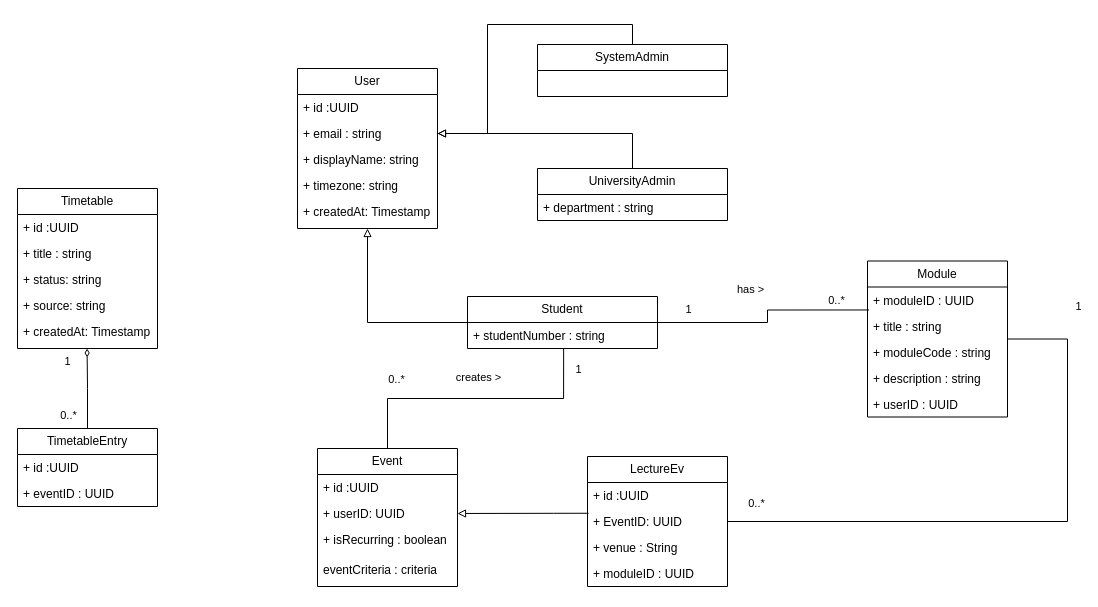
This is page "Core Domain Model" (1 of 4) of docs/diagrams/domain/Domain.drawio from COS301-SE-2026/UMTAS, a draw.io file, before an edit. Source tidied: cells renumbered, new cells numbered last; positions are measured from the earlier drawing's top-left corner, leaving out a move shared by most shapes. Both pictures are drawn from the tidied source at 100%, with x=0, y=0 at pixel (17, 44).
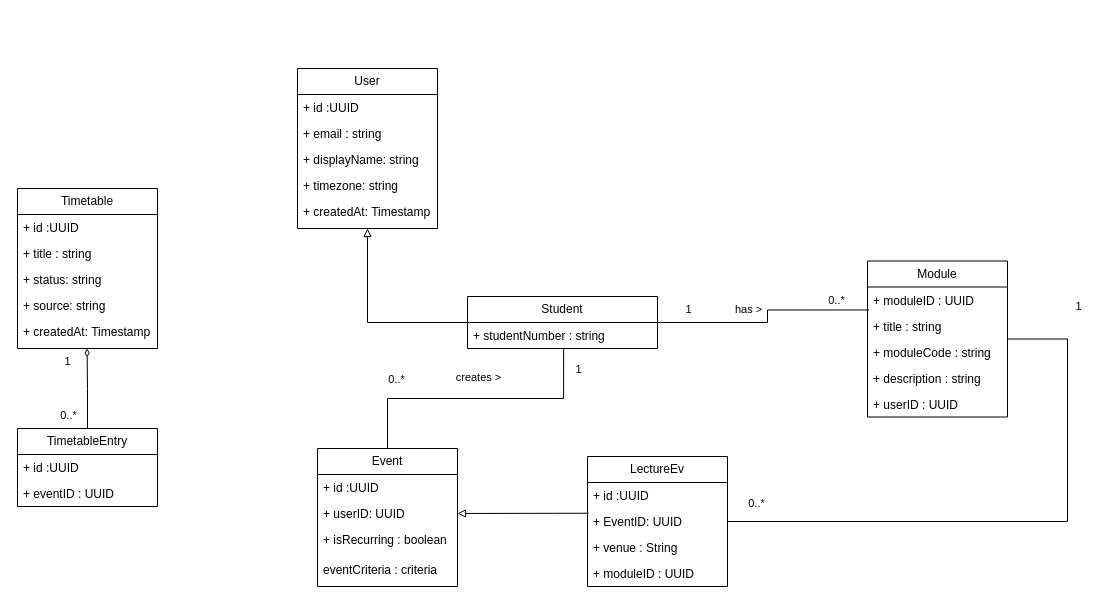
The same diagram, later.

Commit message (it also covers changes not shown here):
feat: domain model diagram

Unchanged cells that the change refers to:
```xml
<mxCell id="10" value="+ email : string" style="text;strokeColor=none;fillColor=none;align=left;verticalAlign=top;spacingLeft=4;spacingRight=4;overflow=hidden;points=[[0,0.5],[1,0.5]];portConstraint=eastwest;whiteSpace=wrap;html=1;" parent="8" vertex="1">
  <mxGeometry y="52" width="140" height="26" as="geometry" />
</mxCell>
<mxCell id="52" style="edgeStyle=orthogonalEdgeStyle;shape=connector;rounded=0;jettySize=auto;html=1;exitX=0.011;exitY=0.884;exitDx=0;exitDy=0;entryX=1;entryY=0.5;entryDx=0;entryDy=0;strokeColor=default;align=center;verticalAlign=middle;fontFamily=Helvetica;fontSize=11;fontColor=default;labelBackgroundColor=default;endArrow=none;endFill=0;exitPerimeter=0;" parent="1" edge="1" source="47" target="6">
  <mxGeometry relative="1" as="geometry">
    <Array as="points">
      <mxPoint x="750" y="266" />
      <mxPoint x="750" y="278" />
    </Array>
  </mxGeometry>
</mxCell>
```

What changed in the source:
```diff
@@
-    <mxCell id="15" value="UniversityAdmin" style="swimlane;fontStyle=0;horizontal=1;startSize=26;fillColor=none;whiteSpace=wrap;html=1;" parent="1" vertex="1">
-      <mxGeometry x="520" y="124" width="190" height="52" as="geometry" />
-    </mxCell>
-    <mxCell id="16" value="+ department : string" style="text;strokeColor=none;fillColor=none;align=left;verticalAlign=top;spacingLeft=4;spacingRight=4;overflow=hidden;whiteSpace=wrap;html=1;" parent="15" vertex="1">
-      <mxGeometry y="26" width="190" height="26" as="geometry" />
-    </mxCell>
-    <mxCell id="17" style="rounded=0;jettySize=auto;html=1;exitX=0.5;exitY=0;exitDx=0;exitDy=0;entryX=1;entryY=0.5;entryDx=0;entryDy=0;strokeColor=default;align=center;verticalAlign=middle;fontFamily=Helvetica;fontSize=11;fontColor=default;labelBackgroundColor=default;edgeStyle=orthogonalEdgeStyle;endArrow=block;endFill=0;" parent="1" edge="1" source="15" target="10">
-      <mxGeometry relative="1" as="geometry">
-        <Array as="points">
-          <mxPoint x="615" y="89" />
-        </Array>
-      </mxGeometry>
-    </mxCell>
-    <mxCell id="18" style="edgeStyle=orthogonalEdgeStyle;rounded=0;jettySize=auto;html=1;exitX=0.5;exitY=0;exitDx=0;exitDy=0;entryX=1;entryY=0.5;entryDx=0;entryDy=0;strokeColor=default;align=center;verticalAlign=middle;fontFamily=Helvetica;fontSize=11;fontColor=default;labelBackgroundColor=default;endArrow=block;endFill=0;" parent="1" edge="1" source="19" target="10">
-      <mxGeometry relative="1" as="geometry" />
-    </mxCell>
-    <mxCell id="19" value="SystemAdmin" style="swimlane;fontStyle=0;horizontal=1;startSize=26;fillColor=none;whiteSpace=wrap;html=1;" parent="1" vertex="1">
-      <mxGeometry x="520" width="190" height="52" as="geometry" />
-    </mxCell>
@@
     <mxCell id="55" value="has &amp;gt;" style="edgeLabel;html=1;align=center;verticalAlign=middle;fontFamily=Helvetica;fontSize=11;fontColor=default;labelBackgroundColor=default;rotation=0;" parent="52" vertex="1">
       <mxGeometry x="0.02" y="-2" relative="1" as="geometry">
-        <mxPoint x="-18" y="-32" as="offset" />
+        <mxPoint x="-20" y="-12" as="offset" />
       </mxGeometry>
     </mxCell>
```
